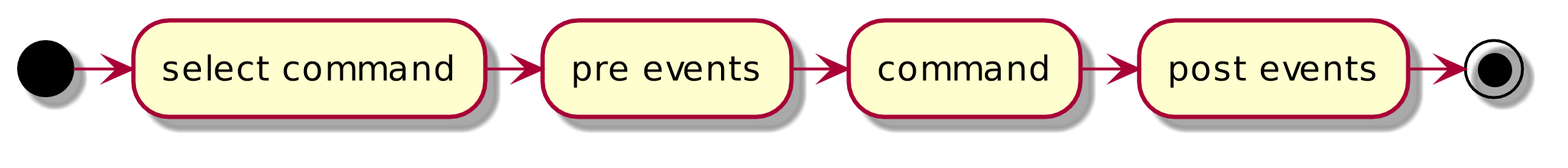
Above: pictures/schema/composer.png in hanovruslan/phpfest-2020-composer-plus-plus (PlantUML), before the change.
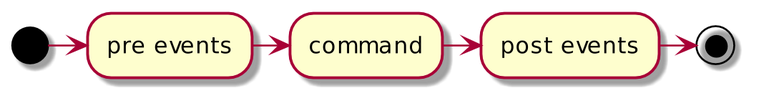
Later version of the same file.

Diff of the diagram source:
```diff
@@ -1,9 +1,8 @@
 @startuml
-scale 1024 width
-scale 600 height
 
-(*) -right-> "select command"
-"select command" -right-> "pre events"
+scale 1024*800
+
+(*) -right-> "pre events"
 "pre events" -right-> "command"
 "command" -right-> "post events"
 "post events" -right-> (*)
```
